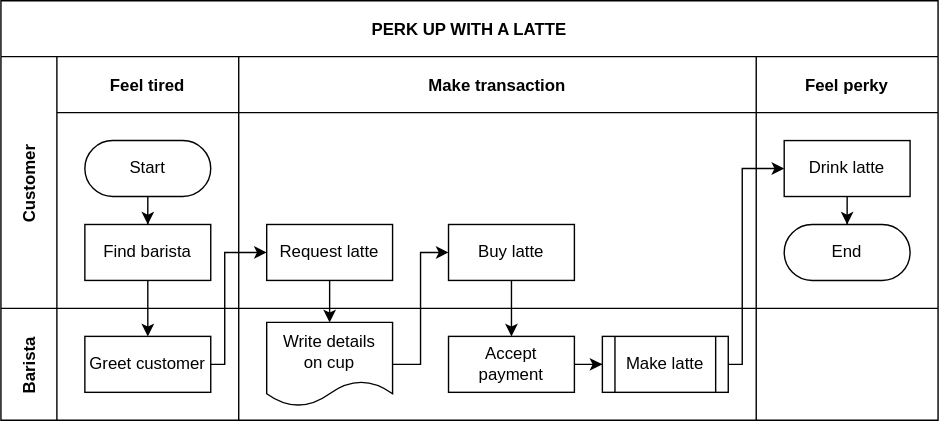
ASparwasser/WikiTest keeps this draw.io diagram as Wikitest.drawio.svg. Above is the earlier version. Source tidied: cells renumbered, new cells last; positions are measured from the earlier drawing's top-left corner, leaving out a move shared by most shapes. The source it was exported from:
```xml
<mxGraphModel>
  <root>
    <mxCell id="0" />
    <mxCell id="1" parent="0" />
    <mxCell id="2" value="PERK UP WITH A LATTE" style="shape=table;startSize=40;fillColor=none;fontStyle=1;" parent="1" vertex="1">
      <mxGeometry width="670" height="300" as="geometry" />
    </mxCell>
    <mxCell id="3" style="edgeStyle=orthogonalEdgeStyle;rounded=0;jettySize=auto;html=1;" parent="2" edge="1" source="8" target="18">
      <mxGeometry relative="1" as="geometry" />
    </mxCell>
    <mxCell id="4" value="Customer" style="shape=tableRow;horizontal=0;swimlaneHead=0;swimlaneBody=0;top=0;left=0;bottom=0;right=0;fillColor=none;startSize=40;fontStyle=1;" parent="2" vertex="1">
      <mxGeometry y="40" width="670" height="180" as="geometry" />
    </mxCell>
    <mxCell id="5" value="Feel tired" style="swimlane;swimlaneHead=0;swimlaneBody=0;fillColor=none;startSize=40;fontStyle=1;" parent="4" vertex="1">
      <mxGeometry x="40" width="130" height="180" as="geometry" />
    </mxCell>
    <mxCell id="6" style="edgeStyle=orthogonalEdgeStyle;rounded=0;jettySize=auto;html=1;" parent="5" edge="1" source="7" target="8">
      <mxGeometry relative="1" as="geometry" />
    </mxCell>
    <mxCell id="7" value="Start" style="rounded=1;whiteSpace=wrap;html=1;arcSize=50;" parent="5" vertex="1">
      <mxGeometry x="20" y="60" width="90" height="40" as="geometry" />
    </mxCell>
    <mxCell id="8" value="Find barista" style="rounded=0;whiteSpace=wrap;html=1;" parent="5" vertex="1">
      <mxGeometry x="20" y="120" width="90" height="40" as="geometry" />
    </mxCell>
    <mxCell id="9" value="Make transaction" style="swimlane;swimlaneHead=0;swimlaneBody=0;fillColor=none;startSize=40;fontStyle=1;" parent="4" vertex="1">
      <mxGeometry x="170" width="370" height="180" as="geometry" />
    </mxCell>
    <mxCell id="10" value="Request latte" style="rounded=0;whiteSpace=wrap;html=1;" parent="9" vertex="1">
      <mxGeometry x="20" y="120" width="90" height="40" as="geometry" />
    </mxCell>
    <mxCell id="11" value="Buy latte" style="rounded=0;whiteSpace=wrap;html=1;" parent="9" vertex="1">
      <mxGeometry x="150" y="120" width="90" height="40" as="geometry" />
    </mxCell>
    <mxCell id="12" value="Feel perky" style="swimlane;swimlaneHead=0;swimlaneBody=0;fillColor=none;startSize=40;fontStyle=1;" parent="4" vertex="1">
      <mxGeometry x="540" width="130" height="180" as="geometry" />
    </mxCell>
    <mxCell id="13" style="edgeStyle=orthogonalEdgeStyle;rounded=0;jettySize=auto;html=1;" parent="12" edge="1" source="14" target="15">
      <mxGeometry relative="1" as="geometry" />
    </mxCell>
    <mxCell id="14" value="Drink latte" style="rounded=0;whiteSpace=wrap;html=1;" parent="12" vertex="1">
      <mxGeometry x="20" y="60" width="90" height="40" as="geometry" />
    </mxCell>
    <mxCell id="15" value="End" style="rounded=1;whiteSpace=wrap;html=1;arcSize=50;" parent="12" vertex="1">
      <mxGeometry x="20" y="120" width="90" height="40" as="geometry" />
    </mxCell>
    <mxCell id="16" value="Barista" style="shape=tableRow;horizontal=0;swimlaneHead=0;swimlaneBody=0;top=0;left=0;bottom=0;right=0;fillColor=none;startSize=40;fontStyle=1;" parent="2" vertex="1">
      <mxGeometry y="220" width="670" height="80" as="geometry" />
    </mxCell>
    <mxCell id="17" style="swimlane;swimlaneHead=0;swimlaneBody=0;fillColor=none;startSize=0;fontStyle=1;" parent="16" vertex="1">
      <mxGeometry x="40" width="130" height="80" as="geometry" />
    </mxCell>
    <mxCell id="18" value="Greet customer" style="rounded=0;whiteSpace=wrap;html=1;" parent="17" vertex="1">
      <mxGeometry x="20" y="20" width="90" height="40" as="geometry" />
    </mxCell>
    <mxCell id="19" style="swimlane;swimlaneHead=0;swimlaneBody=0;fillColor=none;startSize=0;fontStyle=1;" parent="16" vertex="1">
      <mxGeometry x="170" width="370" height="80" as="geometry" />
    </mxCell>
    <mxCell id="20" style="edgeStyle=orthogonalEdgeStyle;rounded=0;jettySize=auto;html=1;" parent="19" edge="1" source="21" target="23">
      <mxGeometry relative="1" as="geometry" />
    </mxCell>
    <mxCell id="21" value="Accept&lt;br&gt;payment" style="rounded=0;whiteSpace=wrap;html=1;" parent="19" vertex="1">
      <mxGeometry x="150" y="20" width="90" height="40" as="geometry" />
    </mxCell>
    <mxCell id="22" value="Write details&lt;br&gt;on cup" style="shape=document;whiteSpace=wrap;html=1;boundedLbl=1;" parent="19" vertex="1">
      <mxGeometry x="20" y="10" width="90" height="60" as="geometry" />
    </mxCell>
    <mxCell id="23" value="Make latte" style="shape=process;whiteSpace=wrap;html=1;backgroundOutline=1;" parent="19" vertex="1">
      <mxGeometry x="260" y="20" width="90" height="40" as="geometry" />
    </mxCell>
    <mxCell id="24" style="swimlane;swimlaneHead=0;swimlaneBody=0;fillColor=none;startSize=0;fontStyle=1;" parent="16" vertex="1">
      <mxGeometry x="540" width="130" height="80" as="geometry" />
    </mxCell>
    <mxCell id="25" style="edgeStyle=orthogonalEdgeStyle;rounded=0;jettySize=auto;html=1;" parent="2" edge="1" source="18" target="10">
      <mxGeometry relative="1" as="geometry">
        <Array as="points">
          <mxPoint x="160" y="260" />
          <mxPoint x="160" y="180" />
        </Array>
      </mxGeometry>
    </mxCell>
    <mxCell id="26" style="edgeStyle=orthogonalEdgeStyle;rounded=0;jettySize=auto;html=1;" parent="2" edge="1" source="10" target="22">
      <mxGeometry relative="1" as="geometry" />
    </mxCell>
    <mxCell id="27" style="edgeStyle=orthogonalEdgeStyle;rounded=0;jettySize=auto;html=1;" parent="2" edge="1" source="22" target="11">
      <mxGeometry relative="1" as="geometry">
        <Array as="points">
          <mxPoint x="300" y="260" />
          <mxPoint x="300" y="180" />
        </Array>
      </mxGeometry>
    </mxCell>
    <mxCell id="28" style="edgeStyle=orthogonalEdgeStyle;rounded=0;jettySize=auto;html=1;" parent="2" edge="1" source="11" target="21">
      <mxGeometry relative="1" as="geometry" />
    </mxCell>
    <mxCell id="29" style="edgeStyle=orthogonalEdgeStyle;rounded=0;jettySize=auto;html=1;" parent="2" edge="1" source="23" target="14">
      <mxGeometry relative="1" as="geometry">
        <Array as="points">
          <mxPoint x="530" y="260" />
          <mxPoint x="530" y="120" />
        </Array>
      </mxGeometry>
    </mxCell>
  </root>
</mxGraphModel>
```
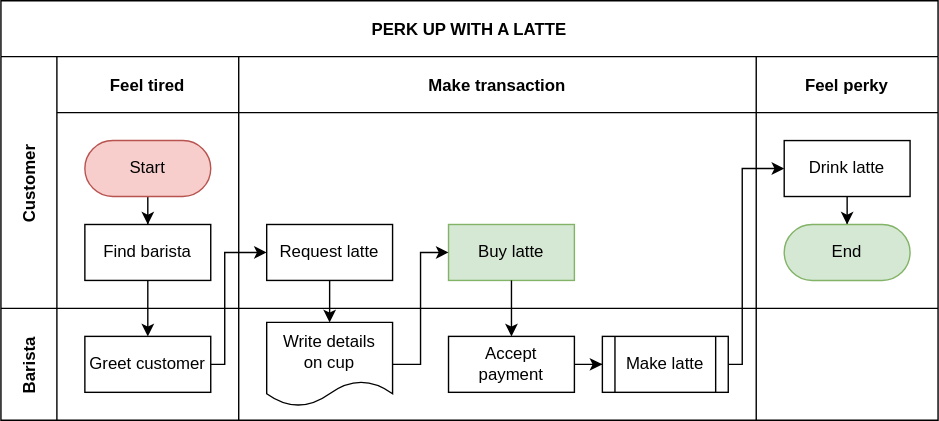
The same diagram one commit later.

The edit, as a diff of the source:
```diff
@@ -17,7 +17,7 @@
     <mxCell id="6" style="edgeStyle=orthogonalEdgeStyle;rounded=0;jettySize=auto;html=1;" parent="5" edge="1" source="7" target="8">
       <mxGeometry relative="1" as="geometry" />
     </mxCell>
-    <mxCell id="7" value="Start" style="rounded=1;whiteSpace=wrap;html=1;arcSize=50;" parent="5" vertex="1">
+    <mxCell id="7" value="Start" style="rounded=1;whiteSpace=wrap;html=1;arcSize=50;fillColor=#f8cecc;strokeColor=#b85450;" parent="5" vertex="1">
       <mxGeometry x="20" y="60" width="90" height="40" as="geometry" />
     </mxCell>
     <mxCell id="8" value="Find barista" style="rounded=0;whiteSpace=wrap;html=1;" parent="5" vertex="1">
@@ -29,7 +29,7 @@
     <mxCell id="10" value="Request latte" style="rounded=0;whiteSpace=wrap;html=1;" parent="9" vertex="1">
       <mxGeometry x="20" y="120" width="90" height="40" as="geometry" />
     </mxCell>
-    <mxCell id="11" value="Buy latte" style="rounded=0;whiteSpace=wrap;html=1;" parent="9" vertex="1">
+    <mxCell id="11" value="Buy latte" style="rounded=0;whiteSpace=wrap;html=1;fillColor=#d5e8d4;strokeColor=#82b366;" parent="9" vertex="1">
       <mxGeometry x="150" y="120" width="90" height="40" as="geometry" />
     </mxCell>
     <mxCell id="12" value="Feel perky" style="swimlane;swimlaneHead=0;swimlaneBody=0;fillColor=none;startSize=40;fontStyle=1;" parent="4" vertex="1">
@@ -41,7 +41,7 @@
     <mxCell id="14" value="Drink latte" style="rounded=0;whiteSpace=wrap;html=1;" parent="12" vertex="1">
       <mxGeometry x="20" y="60" width="90" height="40" as="geometry" />
     </mxCell>
-    <mxCell id="15" value="End" style="rounded=1;whiteSpace=wrap;html=1;arcSize=50;" parent="12" vertex="1">
+    <mxCell id="15" value="End" style="rounded=1;whiteSpace=wrap;html=1;arcSize=50;fillColor=#d5e8d4;strokeColor=#82b366;" parent="12" vertex="1">
       <mxGeometry x="20" y="120" width="90" height="40" as="geometry" />
     </mxCell>
     <mxCell id="16" value="Barista" style="shape=tableRow;horizontal=0;swimlaneHead=0;swimlaneBody=0;top=0;left=0;bottom=0;right=0;fillColor=none;startSize=40;fontStyle=1;" parent="2" vertex="1">
```
